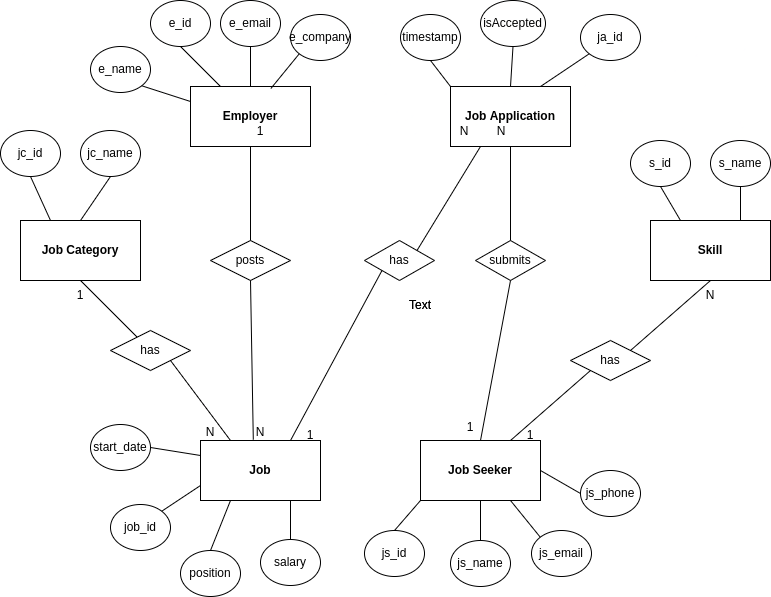
binoy638/job-recommender-api keeps this draw.io diagram as diagrams/er.png. Above is the earlier version. Source tidied: cells renumbered, new cells last; positions are measured from the earlier drawing's top-left corner, leaving out a move shared by most shapes.
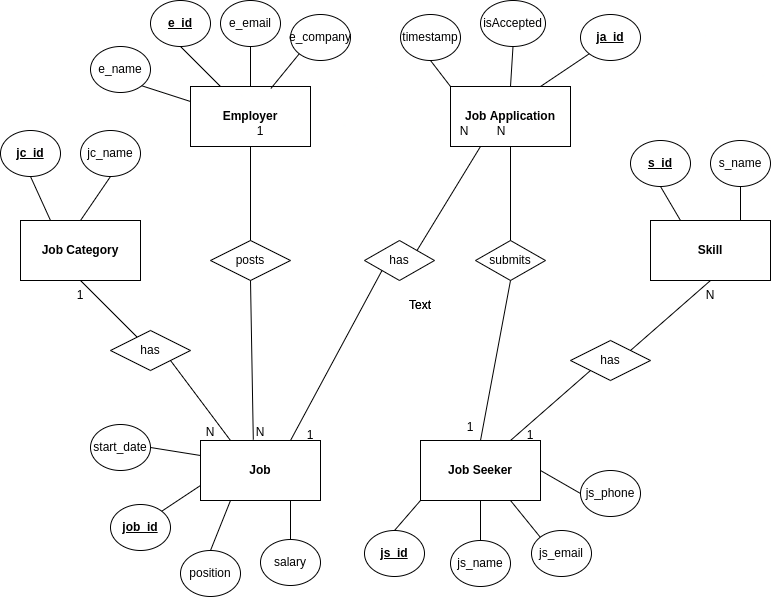
After the commit.

Commit message:
fix: primary key er diagram

Diff of the diagram source:
```diff
@@ -104,10 +104,10 @@
     <mxCell id="35" value="s_name" style="ellipse;whiteSpace=wrap;html=1;" parent="1" vertex="1">
       <mxGeometry x="710" y="140" width="60" height="46" as="geometry" />
     </mxCell>
-    <mxCell id="36" value="s_id" style="ellipse;whiteSpace=wrap;html=1;" parent="1" vertex="1">
+    <mxCell id="36" value="&lt;b&gt;&lt;u&gt;s_id&lt;/u&gt;&lt;/b&gt;" style="ellipse;whiteSpace=wrap;html=1;" parent="1" vertex="1">
       <mxGeometry x="630" y="140" width="60" height="46" as="geometry" />
     </mxCell>
-    <mxCell id="37" value="js_id" style="ellipse;whiteSpace=wrap;html=1;" parent="1" vertex="1">
+    <mxCell id="37" value="&lt;b&gt;&lt;u&gt;js_id&lt;/u&gt;&lt;/b&gt;" style="ellipse;whiteSpace=wrap;html=1;" parent="1" vertex="1">
       <mxGeometry x="364" y="530" width="60" height="46" as="geometry" />
     </mxCell>
     <mxCell id="38" value="js_name" style="ellipse;whiteSpace=wrap;html=1;" parent="1" vertex="1">
@@ -119,7 +119,7 @@
     <mxCell id="40" value="js_phone" style="ellipse;whiteSpace=wrap;html=1;" parent="1" vertex="1">
       <mxGeometry x="580" y="470" width="60" height="46" as="geometry" />
     </mxCell>
-    <mxCell id="41" value="job_id" style="ellipse;whiteSpace=wrap;html=1;" parent="1" vertex="1">
+    <mxCell id="41" value="&lt;b&gt;&lt;u&gt;job_id&lt;/u&gt;&lt;/b&gt;" style="ellipse;whiteSpace=wrap;html=1;" parent="1" vertex="1">
       <mxGeometry x="110" y="504" width="60" height="46" as="geometry" />
     </mxCell>
     <mxCell id="42" value="position" style="ellipse;whiteSpace=wrap;html=1;" parent="1" vertex="1">
@@ -131,13 +131,13 @@
     <mxCell id="44" value="start_date" style="ellipse;whiteSpace=wrap;html=1;" parent="1" vertex="1">
       <mxGeometry x="90" y="424" width="60" height="46" as="geometry" />
     </mxCell>
-    <mxCell id="45" value="jc_id" style="ellipse;whiteSpace=wrap;html=1;" parent="1" vertex="1">
+    <mxCell id="45" value="&lt;b&gt;&lt;u&gt;jc_id&lt;/u&gt;&lt;/b&gt;" style="ellipse;whiteSpace=wrap;html=1;" parent="1" vertex="1">
       <mxGeometry y="130" width="60" height="46" as="geometry" />
     </mxCell>
     <mxCell id="46" value="jc_name" style="ellipse;whiteSpace=wrap;html=1;" parent="1" vertex="1">
       <mxGeometry x="80" y="130" width="60" height="46" as="geometry" />
     </mxCell>
-    <mxCell id="47" value="ja_id" style="ellipse;whiteSpace=wrap;html=1;" parent="1" vertex="1">
+    <mxCell id="47" value="&lt;u&gt;&lt;b&gt;ja_id&lt;/b&gt;&lt;/u&gt;" style="ellipse;whiteSpace=wrap;html=1;" parent="1" vertex="1">
       <mxGeometry x="580" y="14" width="60" height="46" as="geometry" />
     </mxCell>
     <mxCell id="48" value="isAccepted" style="ellipse;whiteSpace=wrap;html=1;" parent="1" vertex="1">
@@ -146,7 +146,7 @@
     <mxCell id="49" value="timestamp&lt;br&gt;" style="ellipse;whiteSpace=wrap;html=1;" parent="1" vertex="1">
       <mxGeometry x="400" y="14" width="60" height="46" as="geometry" />
     </mxCell>
-    <mxCell id="50" value="e_id" style="ellipse;whiteSpace=wrap;html=1;" parent="1" vertex="1">
+    <mxCell id="50" value="&lt;u&gt;&lt;b&gt;e_id&lt;/b&gt;&lt;/u&gt;" style="ellipse;whiteSpace=wrap;html=1;" parent="1" vertex="1">
       <mxGeometry x="150" width="60" height="46" as="geometry" />
     </mxCell>
     <mxCell id="51" value="e_name" style="ellipse;whiteSpace=wrap;html=1;" parent="1" vertex="1">
```
